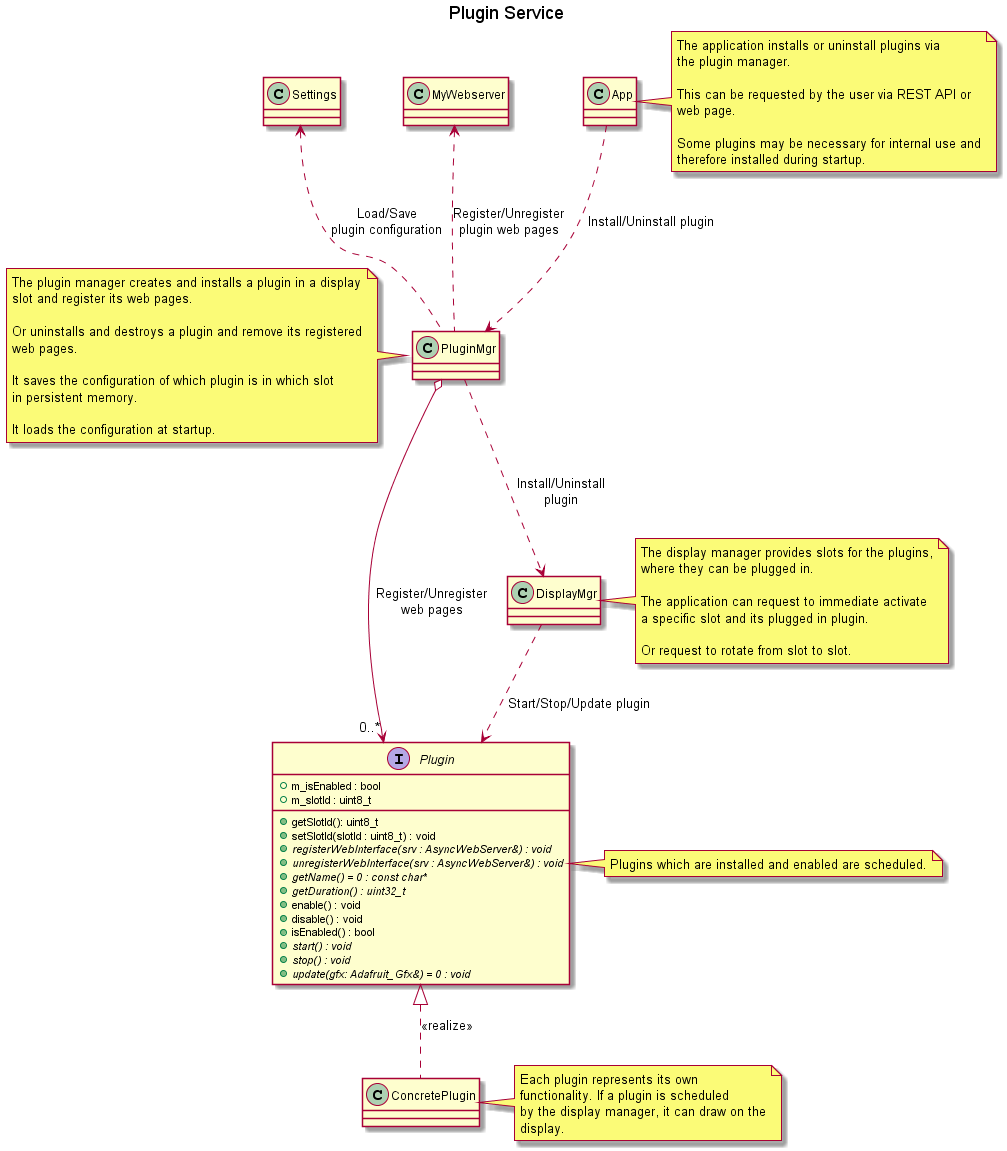
Above: doc/design/plugin-service.png in BlueAndi/Pixelix (PlantUML), before the change.
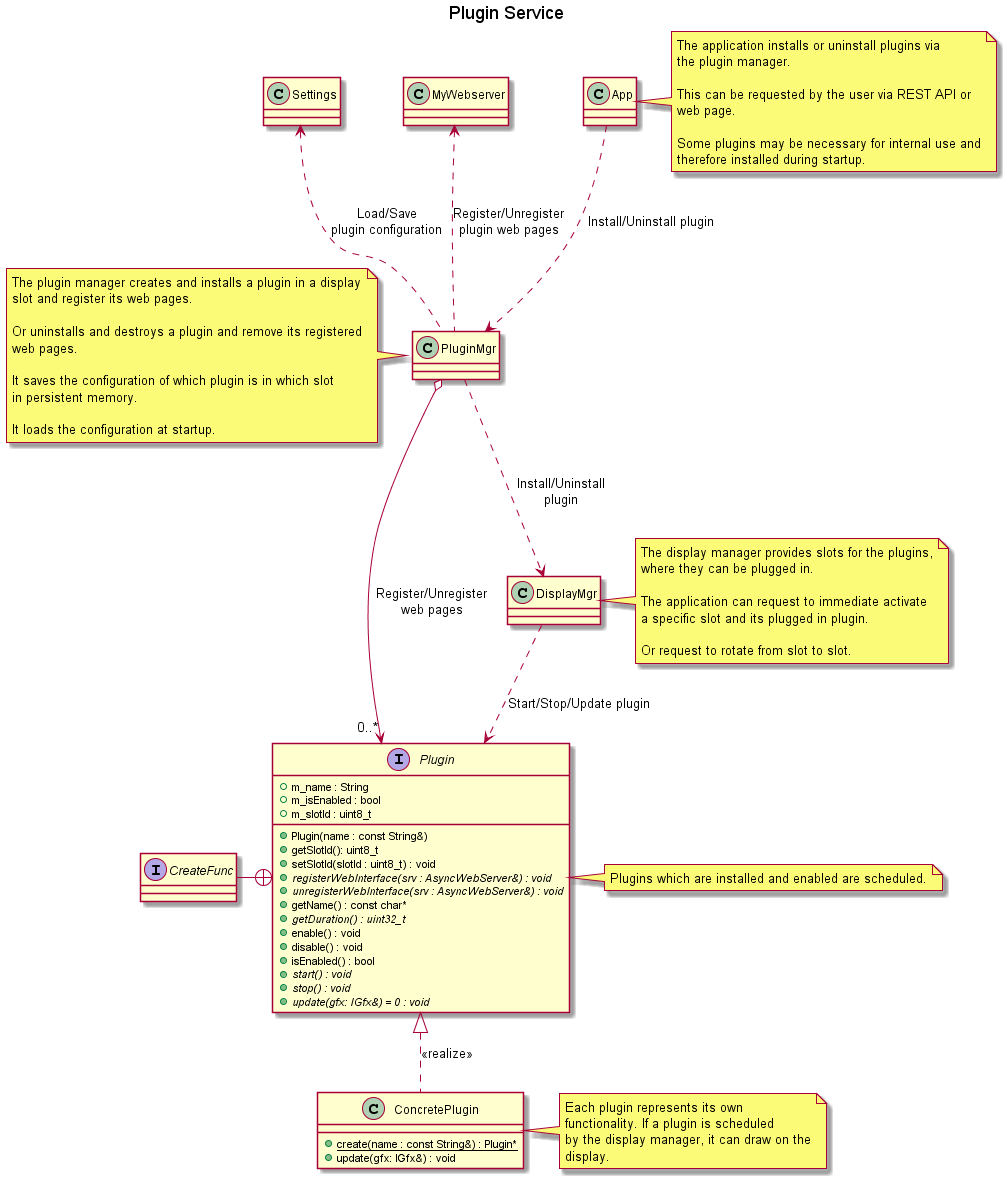
The same file after the commit.

Diff of the diagram source:
```diff
@@ -2,22 +2,27 @@
 
 title Plugin Service
 
+interface "CreateFunc" as createFunc
+
 interface "Plugin" as plugin {
 
+    + m_name : String
     + m_isEnabled : bool
     + m_slotId : uint8_t
+
+    + Plugin(name : const String&)
     + getSlotId(): uint8_t
     + setSlotId(slotId : uint8_t) : void
     + {abstract} registerWebInterface(srv : AsyncWebServer&) : void
     + {abstract} unregisterWebInterface(srv : AsyncWebServer&) : void
-    + {abstract} getName() = 0 : const char*
+    + getName() : const char*
     + {abstract} getDuration() : uint32_t
     + enable() : void
     + disable() : void
     + isEnabled() : bool
     + {abstract} start() : void
     + {abstract} stop() : void
-    + {abstract} update(gfx: Adafruit_Gfx&) = 0 : void
+    + {abstract} update(gfx: IGfx&) = 0 : void
 }
 
 note right of plugin
@@ -28,7 +33,11 @@
 class "DisplayMgr" as displayMgr
 class "MyWebserver" as myWebserver
 class "App" as app
-class "ConcretePlugin" as concretePlugin
+class "ConcretePlugin" as concretePlugin {
+    + {static} create(name : const String&) : Plugin*
+    + update(gfx: IGfx&) : void
+}
+
 class "Settings" as settings
 
 app ..> pluginMgr: Install/Uninstall plugin
@@ -44,6 +53,7 @@
     therefore installed during startup.
 end note
 
+plugin +-l- createFunc
 plugin <|.. concretePlugin: <<realize>>
 
 note right of concretePlugin
```
